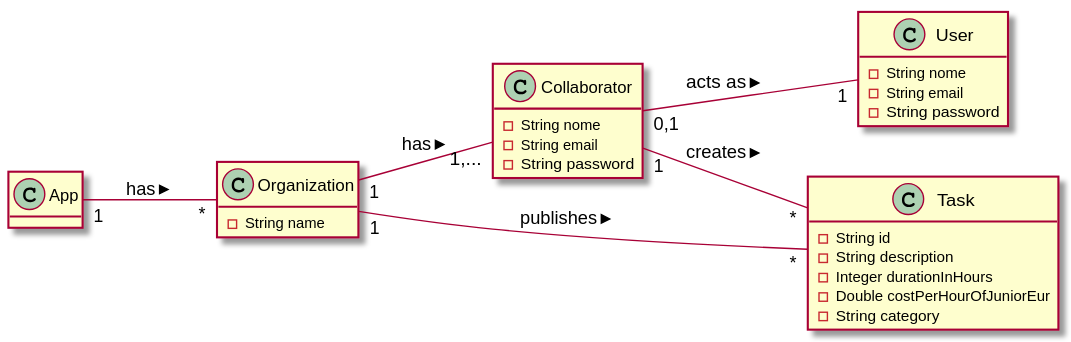
This is docs/UC_02/UC02_MD.svg from botelho-io/lapr2-2020-g029, a PlantUML export, as it was before one commit.
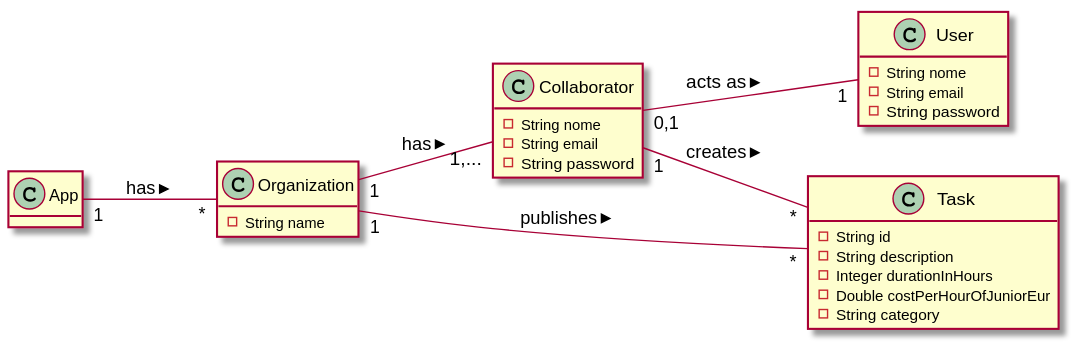
Above is the later version.

Diff of the diagram source:
```diff
@@ -1,4 +1,4 @@
-@startuml
+@startuml MD
 
 hide methods
 left to right direction
```
